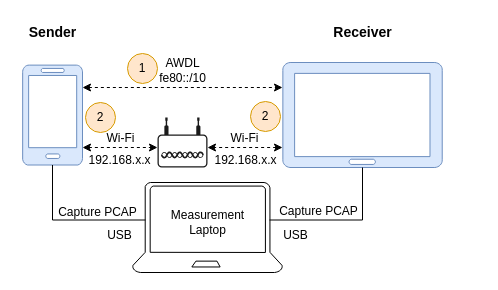
JustusvonderBeek/master-thesis-scripts-and-measures keeps this draw.io diagram as resources/AirDrop Test 1.drawio. Above is the earlier version. Source tidied: cells renumbered, new cells numbered last; positions are measured from the earlier drawing's top-left corner, leaving out a move shared by most shapes. Both pictures are drawn from the tidied source at 100%, with x=0, y=0 at pixel (17, 17).
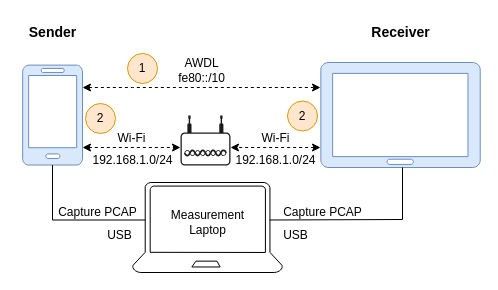
Above is the later version.

Commit message (it also covers changes not shown here):
replace x.x addresses

Change to the diagram source:
```diff
@@
     <mxCell id="5" style="verticalLabelPosition=bottom;html=1;verticalAlign=top;align=center;shape=mxgraph.azure.tablet;fillColor=#dae8fc;strokeColor=#6c8ebf;" parent="1" vertex="1">
-      <mxGeometry x="265" y="45" width="160" height="105" as="geometry" />
+      <mxGeometry x="303" y="45" width="160" height="105" as="geometry" />
     </mxCell>
-    <mxCell id="6" value="&lt;span style=&quot;font-weight: normal; font-size: 12px;&quot;&gt;AWDL&lt;/span&gt;&lt;div style=&quot;font-size: 12px;&quot;&gt;&lt;span style=&quot;font-weight: normal; font-size: 12px;&quot;&gt;fe80::/10&lt;/span&gt;&lt;br style=&quot;font-size: 12px;&quot;&gt;&lt;/div&gt;" style="endArrow=classic;dashed=1;html=1;strokeWidth=1;rounded=0;startArrow=classic;startFill=1;endFill=1;fontStyle=1;fontSize=12;labelBorderColor=none;textShadow=0;spacingLeft=0;spacingRight=0;spacing=2;labelBackgroundColor=none;verticalAlign=bottom;edgeStyle=orthogonalEdgeStyle;" parent="1" edge="1">
+    <mxCell id="6" value="&lt;span style=&quot;font-weight: normal; font-size: 12px;&quot;&gt;AWDL&lt;/span&gt;&lt;div style=&quot;font-size: 12px;&quot;&gt;&lt;span style=&quot;font-weight: normal; font-size: 12px;&quot;&gt;fe80::/10&lt;/span&gt;&lt;br style=&quot;font-size: 12px;&quot;&gt;&lt;/div&gt;" style="endArrow=classic;dashed=1;html=1;strokeWidth=1;rounded=0;startArrow=classic;startFill=1;endFill=1;fontStyle=1;fontSize=12;labelBorderColor=none;textShadow=0;spacingLeft=0;spacingRight=0;spacing=2;labelBackgroundColor=none;verticalAlign=bottom;edgeStyle=orthogonalEdgeStyle;" parent="1" edge="1" target="5">
       <mxGeometry relative="1" as="geometry">
         <mxPoint x="65" y="70" as="sourcePoint" />
-        <mxPoint x="265" y="70" as="targetPoint" />
         <Array as="points">
-          <mxPoint x="65" y="70" />
-          <mxPoint x="265" y="70" />
+          <mxPoint x="115" y="70" />
+          <mxPoint x="115" y="70" />
         </Array>
       </mxGeometry>
     </mxCell>
@@
     <mxCell id="11" value="Receiver" style="text;html=1;align=center;verticalAlign=middle;strokeColor=none;fillColor=none;fontSize=14;fontStyle=1;" parent="1" vertex="1">
-      <mxGeometry x="305" width="80" height="30" as="geometry" />
+      <mxGeometry x="343" width="80" height="30" as="geometry" />
     </mxCell>
-    <mxCell id="12" value="Capture PCAP" style="endArrow=none;html=1;rounded=0;entryX=0.5;entryY=1;entryDx=0;entryDy=0;entryPerimeter=0;fontStyle=0;fontSize=12;verticalAlign=bottom;labelBackgroundColor=none;" parent="1" edge="1" target="5">
-      <mxGeometry x="-0.32" relative="1" as="geometry">
+    <mxCell id="12" value="Capture PCAP" style="endArrow=none;html=1;rounded=0;fontStyle=0;fontSize=12;verticalAlign=bottom;labelBackgroundColor=none;spacing=0;" parent="1" edge="1">
+      <mxGeometry x="-0.43" relative="1" as="geometry">
         <mxPoint x="252" y="202.5" as="sourcePoint" />
+        <mxPoint x="385" y="150" as="targetPoint" />
         <Array as="points">
-          <mxPoint x="345" y="202.5" />
+          <mxPoint x="385" y="202" />
         </Array>
       </mxGeometry>
     </mxCell>
@@
     <mxCell id="15" style="points=[[0.03,0.36,0],[0.18,0,0],[0.5,0.34,0],[0.82,0,0],[0.97,0.36,0],[1,0.67,0],[0.975,0.975,0],[0.5,1,0],[0.025,0.975,0],[0,0.67,0]];verticalLabelPosition=bottom;sketch=0;html=1;verticalAlign=top;align=center;shape=mxgraph.cisco19.wireless_access_point;fillColor=#1A1A1A;strokeColor=none;" parent="1" vertex="1">
-      <mxGeometry x="140" y="100" width="50" height="50" as="geometry" />
+      <mxGeometry x="163" y="98" width="50" height="50" as="geometry" />
     </mxCell>
@@
-    <mxCell id="17" value="192.168.x.x" style="text;html=1;align=center;verticalAlign=middle;strokeColor=none;fillColor=none;spacing=0;" parent="1" vertex="1">
-      <mxGeometry x="188" y="133" width="80" height="20" as="geometry" />
+    <mxCell id="17" value="192.168.1.0/24" style="text;html=1;align=center;verticalAlign=middle;strokeColor=none;fillColor=none;spacing=0;" parent="1" vertex="1">
+      <mxGeometry x="208" y="133" width="100" height="20" as="geometry" />
     </mxCell>
-    <mxCell id="18" value="192.168.x.x" style="text;html=1;align=center;verticalAlign=middle;strokeColor=none;fillColor=none;spacing=0;" parent="1" vertex="1">
-      <mxGeometry x="62" y="133" width="80" height="20" as="geometry" />
+    <mxCell id="18" value="192.168.1.0/24" style="text;html=1;align=center;verticalAlign=middle;strokeColor=none;fillColor=none;spacing=0;" parent="1" vertex="1">
+      <mxGeometry x="65" y="133" width="100" height="20" as="geometry" />
     </mxCell>
     <mxCell id="19" value="2" style="ellipse;whiteSpace=wrap;html=1;fillColor=#ffe6cc;strokeColor=#d79b00;" parent="1" vertex="1">
-      <mxGeometry x="68" y="85" width="30" height="30" as="geometry" />
+      <mxGeometry x="68" y="86" width="30" height="30" as="geometry" />
     </mxCell>
     <mxCell id="20" value="2" style="ellipse;whiteSpace=wrap;html=1;fillColor=#ffe6cc;strokeColor=#d79b00;" parent="1" vertex="1">
-      <mxGeometry x="233" y="84" width="30" height="30" as="geometry" />
+      <mxGeometry x="270" y="83.5" width="30" height="30" as="geometry" />
     </mxCell>
```
